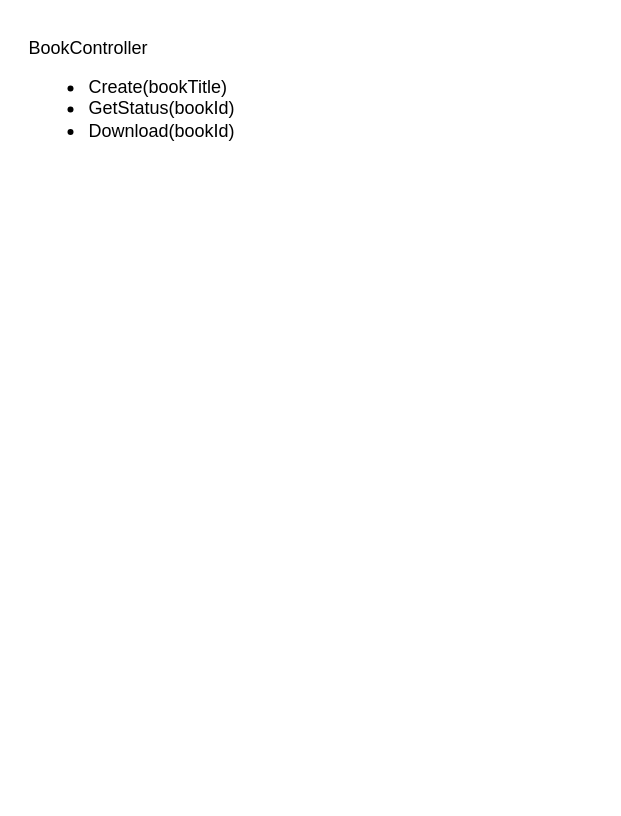
Earlier version of the draw.io diagram page "WebAPI" (2 of 2) of docs/BookGenerator.drawio (Mental-NV/BookGenerator). Source tidied: cells renumbered, new cells numbered last; positions are measured from the earlier drawing's top-left corner, leaving out a move shared by most shapes. Both pictures are drawn from the tidied source at 150%, with x=0, y=0 at pixel (26, 26).
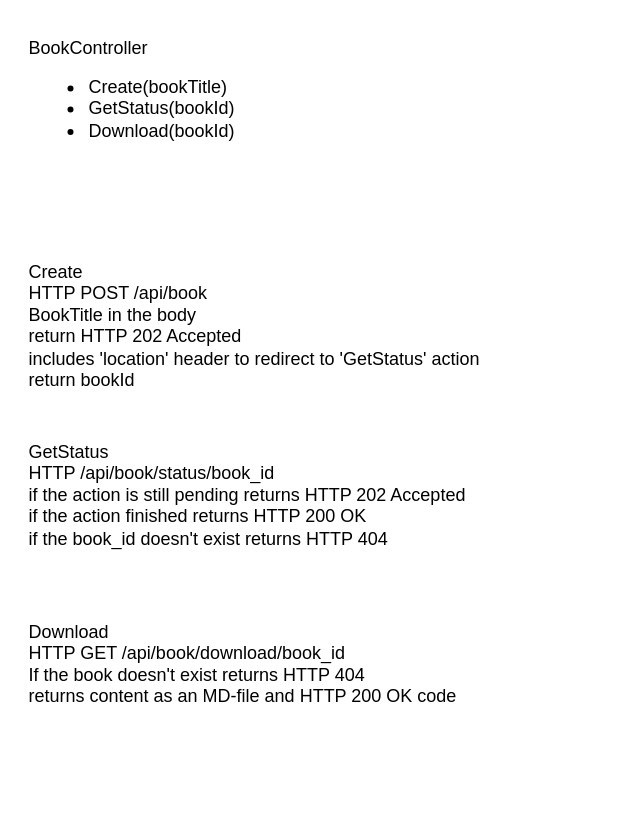
Above is the later version.

Commit message:
Updated WebAPI desing

Change to the diagram source:
```diff
@@
 <mxGraphModel>
   <root>
     <mxCell id="0" />
     <mxCell id="1" parent="0" />
     <mxCell id="2" value="BookController" style="text;html=1;strokeColor=none;fillColor=none;align=left;verticalAlign=middle;whiteSpace=wrap;rounded=0;" parent="1" vertex="1">
       <mxGeometry width="240" height="30" as="geometry" />
     </mxCell>
     <mxCell id="3" value="&lt;ul&gt;&lt;li&gt;Create(bookTitle)&lt;/li&gt;&lt;li&gt;GetStatus(bookId)&lt;/li&gt;&lt;li&gt;Download(bookId)&lt;br&gt;&lt;/li&gt;&lt;/ul&gt;" style="text;html=1;strokeColor=none;fillColor=none;align=left;verticalAlign=middle;whiteSpace=wrap;rounded=0;" parent="1" vertex="1">
       <mxGeometry y="30" width="240" height="50" as="geometry" />
     </mxCell>
+    <mxCell id="4" value="&lt;div&gt;Create&lt;/div&gt;&lt;div&gt;HTTP POST /api/book&lt;br&gt;&lt;/div&gt;&lt;div&gt;BookTitle in the body&lt;br&gt;&lt;/div&gt;&lt;div&gt;return HTTP 202 Accepted&lt;/div&gt;&lt;div&gt;includes 'location' header to redirect to 'GetStatus' action&lt;br&gt;&lt;/div&gt;&lt;div&gt;return bookId&lt;br&gt;&lt;/div&gt;" style="text;html=1;strokeColor=none;fillColor=none;align=left;verticalAlign=top;whiteSpace=wrap;rounded=0;" parent="1" vertex="1">
+      <mxGeometry y="150" width="380" height="100" as="geometry" />
+    </mxCell>
+    <mxCell id="5" value="&lt;div&gt;GetStatus&lt;/div&gt;&lt;div&gt;HTTP /api/book/status/book_id&lt;/div&gt;&lt;div&gt;if the action is still pending returns HTTP 202 Accepted&lt;br&gt;&lt;/div&gt;&lt;div&gt;if the action finished returns HTTP 200 OK&lt;/div&gt;&lt;div&gt;if the book_id doesn't exist returns HTTP 404&lt;br&gt;&lt;/div&gt;" style="text;html=1;strokeColor=none;fillColor=none;align=left;verticalAlign=top;whiteSpace=wrap;rounded=0;" parent="1" vertex="1">
+      <mxGeometry y="270" width="320" height="80" as="geometry" />
+    </mxCell>
+    <mxCell id="6" value="&lt;div&gt;Download&lt;/div&gt;&lt;div&gt;HTTP GET /api/book/download/book_id&lt;/div&gt;&lt;div&gt;If the book doesn't exist returns HTTP 404&lt;/div&gt;&lt;div&gt;returns content as an MD-file and HTTP 200 OK code&lt;br&gt;&lt;/div&gt;" style="text;html=1;strokeColor=none;fillColor=none;align=left;verticalAlign=top;whiteSpace=wrap;rounded=0;" parent="1" vertex="1">
+      <mxGeometry y="390" width="320" height="120" as="geometry" />
+    </mxCell>
   </root>
 </mxGraphModel>
```
